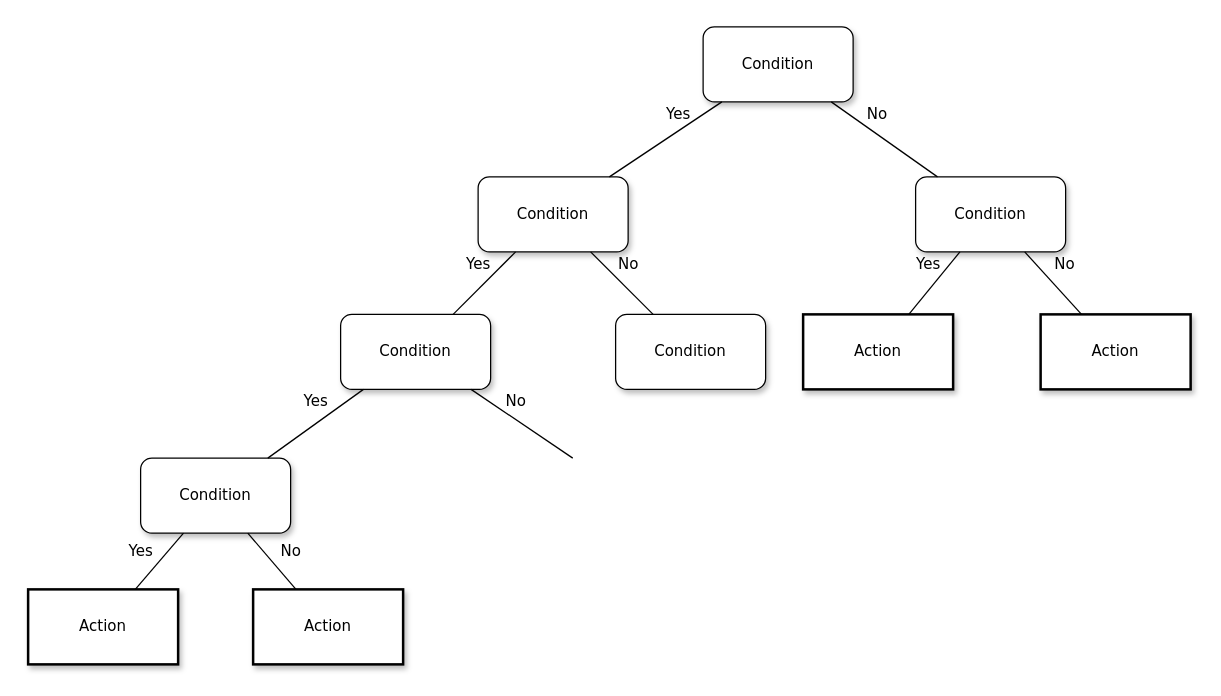
mtpatient/flow_chart keeps this draw.io diagram as 文件架构.drawio. Above is the earlier version. Source tidied: cells renumbered, new cells numbered last; positions are measured from the earlier drawing's top-left corner, leaving out a move shared by most shapes. Both pictures are drawn from the tidied source at 125%, with x=0, y=0 at pixel (28, 26).
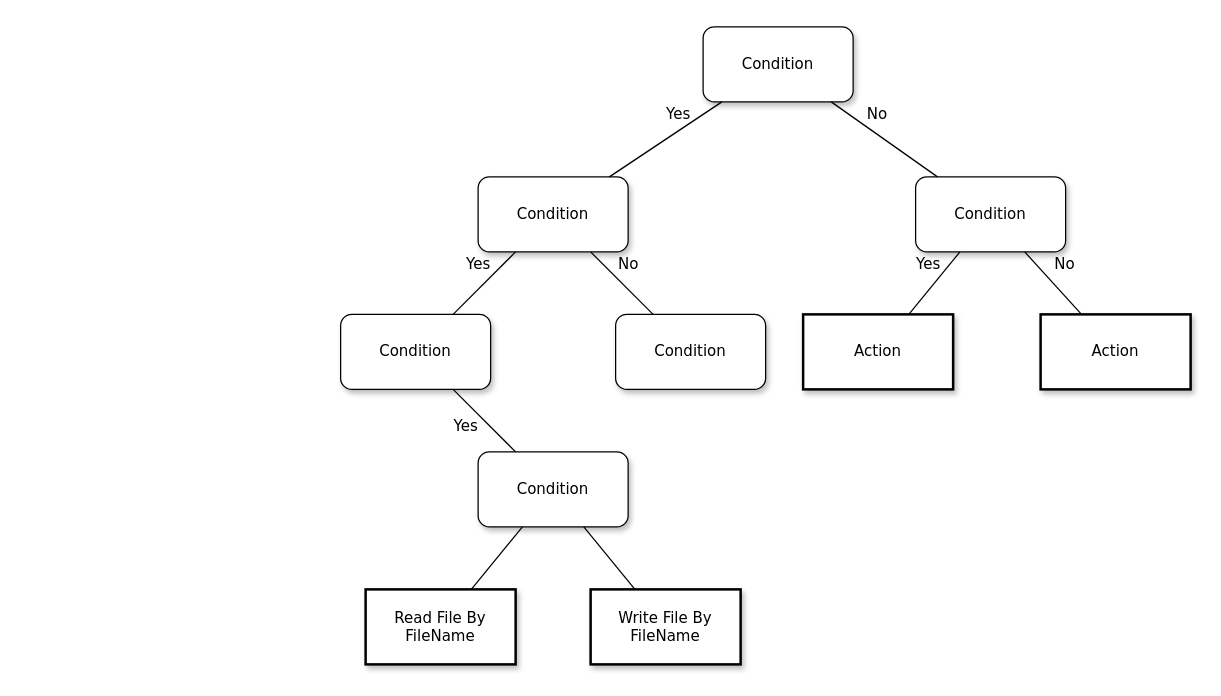
The same page after the edit.

Commit message (it also covers changes not shown here):
更新文件架构.drawio

Unchanged cells that the change refers to:
```xml
<mxCell id="7" value="&lt;span&gt;Condition&lt;/span&gt;" style="whiteSpace=wrap;html=1;rounded=1;shadow=1;labelBackgroundColor=none;strokeWidth=1;fontFamily=Verdana;fontSize=12;align=center;" parent="1" vertex="1">
  <mxGeometry x="250" y="230" width="120" height="60" as="geometry" />
</mxCell>
```

Change to the diagram source:
```diff
@@
     <mxCell id="11" value="&lt;span&gt;Condition&lt;/span&gt;" style="whiteSpace=wrap;html=1;rounded=1;shadow=1;labelBackgroundColor=none;strokeWidth=1;fontFamily=Verdana;fontSize=12;align=center;" parent="1" vertex="1">
-      <mxGeometry x="90" y="345" width="120" height="60" as="geometry" />
+      <mxGeometry x="360" y="340" width="120" height="60" as="geometry" />
     </mxCell>
@@
-    <mxCell id="17" value="No" style="rounded=0;html=1;labelBackgroundColor=none;startArrow=none;startFill=0;startSize=5;endArrow=none;endFill=0;endSize=5;jettySize=auto;strokeWidth=1;fontFamily=Verdana;fontSize=12;" parent="1" edge="1" source="7">
-      <mxGeometry x="-0.28" y="12" relative="1" as="geometry">
-        <mxPoint x="435.7" y="345" as="targetPoint" />
-      </mxGeometry>
-    </mxCell>
-    <mxCell id="18" value="Action" style="whiteSpace=wrap;html=1;rounded=0;shadow=1;labelBackgroundColor=none;strokeWidth=2;fontFamily=Verdana;fontSize=12;align=center;" parent="1" vertex="1">
-      <mxGeometry y="450" width="120" height="60" as="geometry" />
+    <mxCell id="18" value="Read File By FileName" style="whiteSpace=wrap;html=1;rounded=0;shadow=1;labelBackgroundColor=none;strokeWidth=2;fontFamily=Verdana;fontSize=12;align=center;" parent="1" vertex="1">
+      <mxGeometry x="270" y="450" width="120" height="60" as="geometry" />
     </mxCell>
-    <mxCell id="19" value="&lt;span&gt;Action&lt;/span&gt;" style="whiteSpace=wrap;html=1;rounded=0;shadow=1;labelBackgroundColor=none;strokeWidth=2;fontFamily=Verdana;fontSize=12;align=center;" parent="1" vertex="1">
-      <mxGeometry x="180" y="450" width="120" height="60" as="geometry" />
+    <mxCell id="19" value="&lt;span&gt;Write File By FileName&lt;/span&gt;" style="whiteSpace=wrap;html=1;rounded=0;shadow=1;labelBackgroundColor=none;strokeWidth=2;fontFamily=Verdana;fontSize=12;align=center;" parent="1" vertex="1">
+      <mxGeometry x="450" y="450" width="120" height="60" as="geometry" />
     </mxCell>
-    <mxCell id="20" value="Yes" style="rounded=0;html=1;labelBackgroundColor=none;startArrow=none;startFill=0;startSize=5;endArrow=none;endFill=0;endSize=5;jettySize=auto;strokeWidth=1;fontFamily=Verdana;fontSize=12;" parent="1" edge="1" source="11" target="18">
+    <mxCell id="20" style="rounded=0;html=1;labelBackgroundColor=none;startArrow=none;startFill=0;startSize=5;endArrow=none;endFill=0;endSize=5;jettySize=auto;strokeWidth=1;fontFamily=Verdana;fontSize=12;" parent="1" edge="1" source="11" target="18">
       <mxGeometry x="0.14" y="-16" relative="1" as="geometry" />
     </mxCell>
-    <mxCell id="21" value="No" style="rounded=0;html=1;labelBackgroundColor=none;startArrow=none;startFill=0;startSize=5;endArrow=none;endFill=0;endSize=5;jettySize=auto;strokeWidth=1;fontFamily=Verdana;fontSize=12;" parent="1" edge="1" source="11" target="19">
-      <mxGeometry x="0.14" y="16" relative="1" as="geometry" />
+    <mxCell id="21" style="rounded=0;html=1;labelBackgroundColor=none;startArrow=none;startFill=0;startSize=5;endArrow=none;endFill=0;endSize=5;jettySize=auto;strokeWidth=1;fontFamily=Verdana;fontSize=12;" parent="1" edge="1" source="11" target="19">
+      <mxGeometry x="0.15" y="16" relative="1" as="geometry" />
     </mxCell>
```
